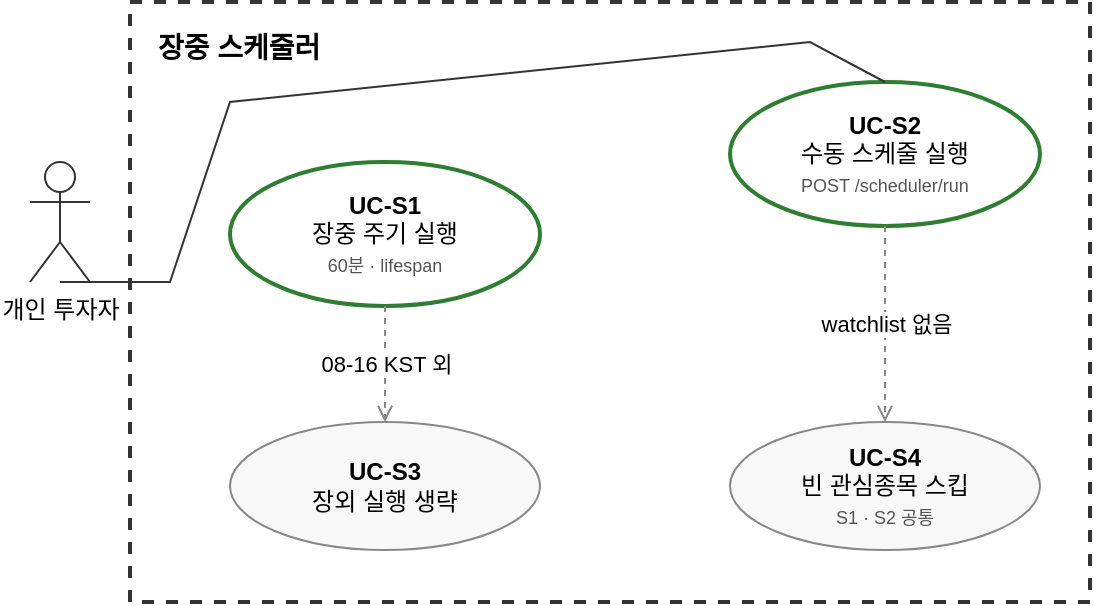
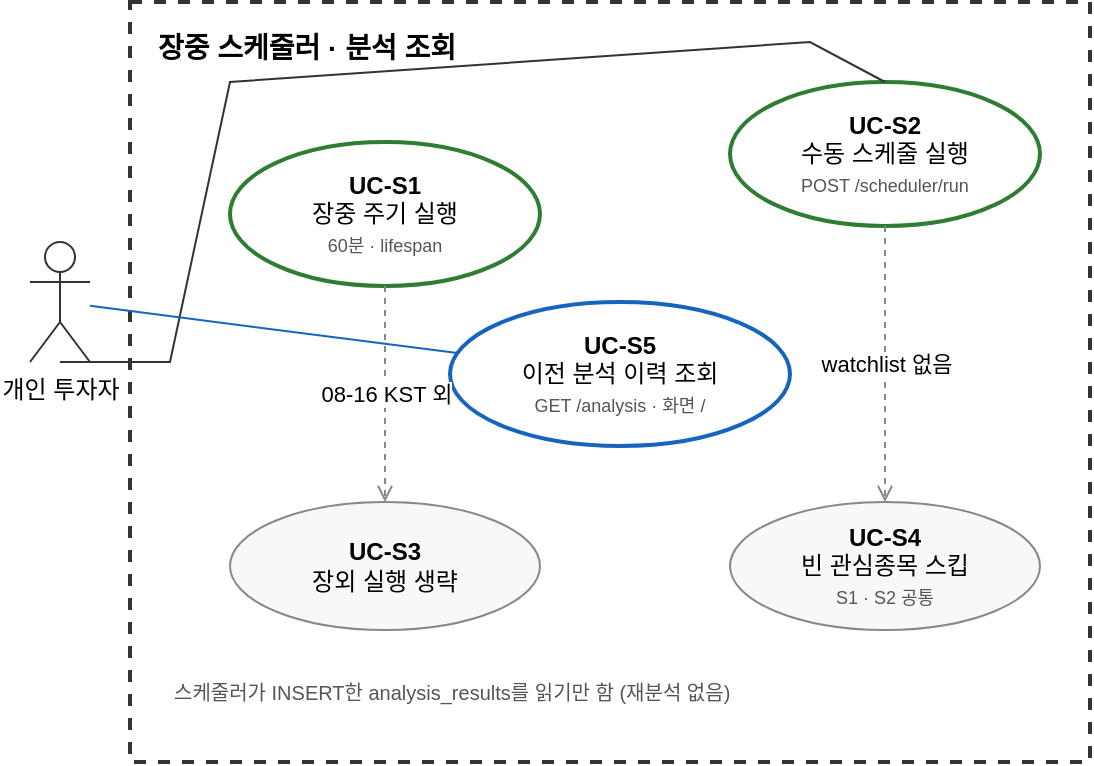
<mxfile host="65bd71144e">
-     <diagram id="scheduler-use-case" name="스케줄러 유스케이스">
+     <diagram id="scheduler-use-case" name="스케줄러·분석조회 유스케이스">
        <mxGraphModel dx="727" dy="511" grid="1" gridSize="10" guides="1" tooltips="1" connect="1" arrows="1" fold="1" page="1" pageScale="1" pageWidth="827" pageHeight="1169" math="0" shadow="0">
            <root>
                <mxCell id="0"/>
                <mxCell id="1" parent="0"/>
-                 <mxCell id="system" value="장중 스케줄러" style="rounded=0;whiteSpace=wrap;html=1;verticalAlign=top;align=left;spacingLeft=12;spacingTop=8;fontStyle=1;fontColor=#000000;fontSize=14;strokeColor=#333333;dashed=1;strokeWidth=2;fillColor=#FFFFFF;" parent="1" vertex="1">
-                     <mxGeometry x="200" y="80" width="480" height="300" as="geometry"/>
+                 <mxCell id="system" value="장중 스케줄러 · 분석 조회" style="rounded=0;whiteSpace=wrap;html=1;verticalAlign=top;align=left;spacingLeft=12;spacingTop=8;fontStyle=1;fontColor=#000000;fontSize=14;strokeColor=#333333;dashed=1;strokeWidth=2;fillColor=#FFFFFF;" parent="1" vertex="1">
+                     <mxGeometry x="200" y="80" width="480" height="380" as="geometry"/>
                </mxCell>
                <mxCell id="actor-investor" value="개인 투자자" style="shape=umlActor;verticalLabelPosition=bottom;verticalAlign=top;html=1;outlineConnect=0;fontColor=#000000;strokeColor=#333333;fillColor=#FFFFFF;" parent="1" vertex="1">
-                     <mxGeometry x="150" y="160" width="30" height="60" as="geometry"/>
+                     <mxGeometry x="150" y="200" width="30" height="60" as="geometry"/>
                </mxCell>
                <mxCell id="uc-s1" value="&lt;b&gt;UC-S1&lt;/b&gt;&lt;br&gt;장중 주기 실행&lt;br&gt;&lt;font style=&quot;font-size:9px;color:#555;&quot;&gt;60분 · lifespan&lt;/font&gt;" style="ellipse;whiteSpace=wrap;html=1;align=center;fontColor=#000000;fontSize=12;fillColor=#FFFFFF;strokeColor=#2E7D32;strokeWidth=2;" parent="1" vertex="1">
-                     <mxGeometry x="250" y="160" width="155" height="72" as="geometry"/>
+                     <mxGeometry x="250" y="150" width="155" height="72" as="geometry"/>
                </mxCell>
                <mxCell id="uc-s2" value="&lt;b&gt;UC-S2&lt;/b&gt;&lt;br&gt;수동 스케줄 실행&lt;br&gt;&lt;font style=&quot;font-size:9px;color:#555;&quot;&gt;POST /scheduler/run&lt;/font&gt;" style="ellipse;whiteSpace=wrap;html=1;align=center;fontColor=#000000;fontSize=12;fillColor=#FFFFFF;strokeColor=#2E7D32;strokeWidth=2;" parent="1" vertex="1">
                    <mxGeometry x="500" y="120" width="155" height="72" as="geometry"/>
                </mxCell>
+                 <mxCell id="uc-s5" value="&lt;b&gt;UC-S5&lt;/b&gt;&lt;br&gt;이전 분석 이력 조회&lt;br&gt;&lt;font style=&quot;font-size:9px;color:#555;&quot;&gt;GET /analysis · 화면 /&lt;/font&gt;" style="ellipse;whiteSpace=wrap;html=1;align=center;fontColor=#000000;fontSize=12;fillColor=#FFFFFF;strokeColor=#1565C0;strokeWidth=2;" parent="1" vertex="1">
+                     <mxGeometry x="360" y="230" width="170" height="72" as="geometry"/>
+                 </mxCell>
                <mxCell id="uc-s3" value="&lt;b&gt;UC-S3&lt;/b&gt;&lt;br&gt;장외 실행 생략" style="ellipse;whiteSpace=wrap;html=1;align=center;fontColor=#000000;fontSize=12;fillColor=#F8F8F8;strokeColor=#888888;strokeWidth=1;" parent="1" vertex="1">
-                     <mxGeometry x="250" y="290" width="155" height="64" as="geometry"/>
+                     <mxGeometry x="250" y="330" width="155" height="64" as="geometry"/>
                </mxCell>
                <mxCell id="uc-s4" value="&lt;b&gt;UC-S4&lt;/b&gt;&lt;br&gt;빈 관심종목 스킵&lt;br&gt;&lt;font style=&quot;font-size:9px;color:#555;&quot;&gt;S1 · S2 공통&lt;/font&gt;" style="ellipse;whiteSpace=wrap;html=1;align=center;fontColor=#000000;fontSize=12;fillColor=#F8F8F8;strokeColor=#888888;strokeWidth=1;" parent="1" vertex="1">
-                     <mxGeometry x="500" y="290" width="155" height="64" as="geometry"/>
+                     <mxGeometry x="500" y="330" width="155" height="64" as="geometry"/>
                </mxCell>
                <mxCell id="edge-inv-s2" style="endArrow=none;html=1;rounded=0;strokeWidth=1;strokeColor=#333333;exitX=0.5;exitY=1;entryX=0.5;entryY=0;entryDx=0;entryDy=0;" parent="1" source="actor-investor" target="uc-s2" edge="1">
                    <mxGeometry relative="1" as="geometry">
                        <Array as="points">
-                             <mxPoint x="220" y="220"/>
-                             <mxPoint x="250" y="130"/>
+                             <mxPoint x="220" y="260"/>
+                             <mxPoint x="250" y="120"/>
                            <mxPoint x="540" y="100"/>
                        </Array>
                    </mxGeometry>
+                 </mxCell>
+                 <mxCell id="edge-inv-s5" style="endArrow=none;html=1;rounded=0;strokeWidth=1;strokeColor=#1565C0;" parent="1" source="actor-investor" target="uc-s5" edge="1">
+                     <mxGeometry relative="1" as="geometry"/>
                </mxCell>
                <mxCell id="edge-s1-s3" value="08-16 KST 외" style="endArrow=open;dashed=1;html=1;rounded=0;strokeWidth=1;strokeColor=#888888;fontColor=#000000;labelBackgroundColor=#FFFFFF;" parent="1" source="uc-s1" target="uc-s3" edge="1">
                    <mxGeometry relative="1" as="geometry"/>
                </mxCell>
                <mxCell id="edge-s2-s4" value="watchlist 없음" style="endArrow=open;dashed=1;html=1;rounded=0;strokeWidth=1;strokeColor=#888888;fontColor=#000000;labelBackgroundColor=#FFFFFF;" parent="1" source="uc-s2" target="uc-s4" edge="1">
                    <mxGeometry relative="1" as="geometry"/>
                </mxCell>
+                 <mxCell id="note-s5" value="스케줄러가 INSERT한 analysis_results를 읽기만 함 (재분석 없음)" style="text;html=1;strokeColor=none;fillColor=none;align=left;verticalAlign=middle;fontSize=10;fontColor=#555555;" parent="1" vertex="1">
+                     <mxGeometry x="220" y="410" width="440" height="30" as="geometry"/>
+                 </mxCell>
            </root>
        </mxGraphModel>
    </diagram>
- </mxfile>+ </mxfile>
